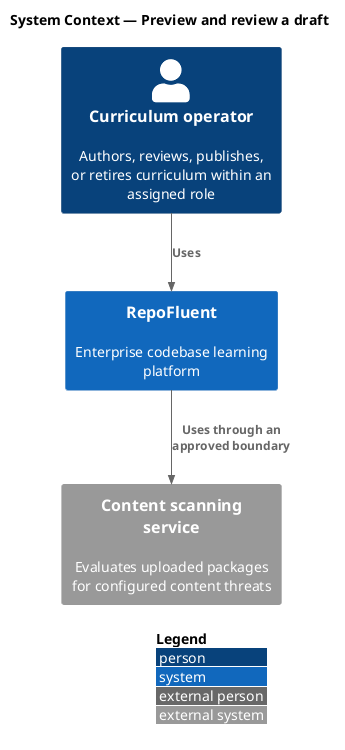
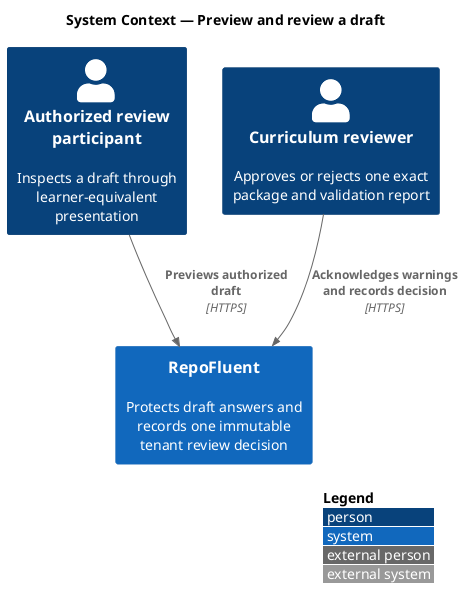
@startuml
!include <C4/C4_Context>
LAYOUT_WITH_LEGEND()
title System Context — Preview and review a draft

- Person(actor, "Curriculum operator", "Authors, reviews, publishes, or retires curriculum within an assigned role")
- System(repofluent, "RepoFluent", "Enterprise codebase learning platform")
- System_Ext(dependency, "Content scanning service", "Evaluates uploaded packages for configured content threats")
+ Person(participant, "Authorized review participant", "Inspects a draft through learner-equivalent presentation")
+ Person(reviewer, "Curriculum reviewer", "Approves or rejects one exact package and validation report")
+ System(repofluent, "RepoFluent", "Protects draft answers and records one immutable tenant review decision")

- Rel(actor, repofluent, "Uses")
- Rel(repofluent, dependency, "Uses through an approved boundary")
+ Rel(participant, repofluent, "Previews authorized draft", "HTTPS")
+ Rel(reviewer, repofluent, "Acknowledges warnings and records decision", "HTTPS")
@enduml
